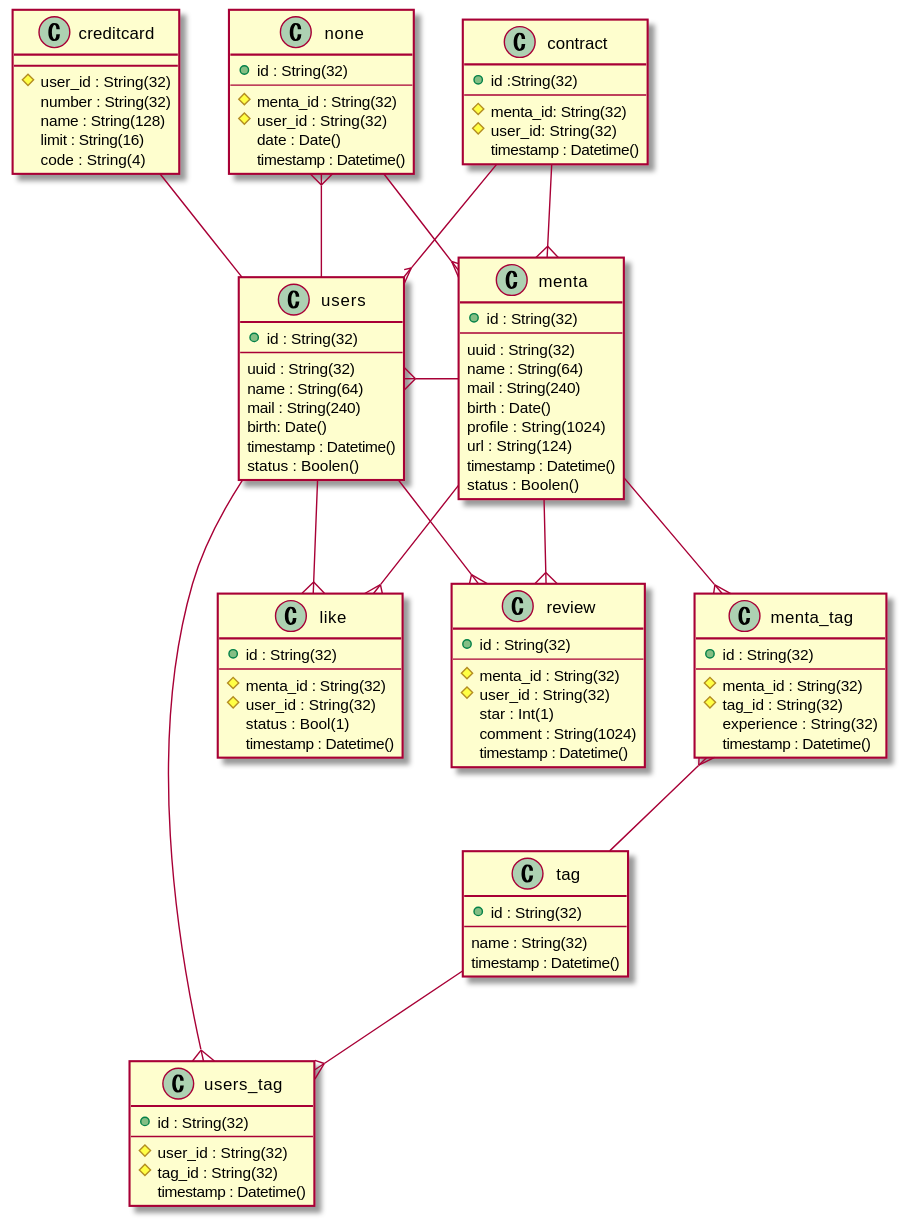
The PlantUML diagram out/er/ER.svg in mitsuYashi/Mynt, before a commit.
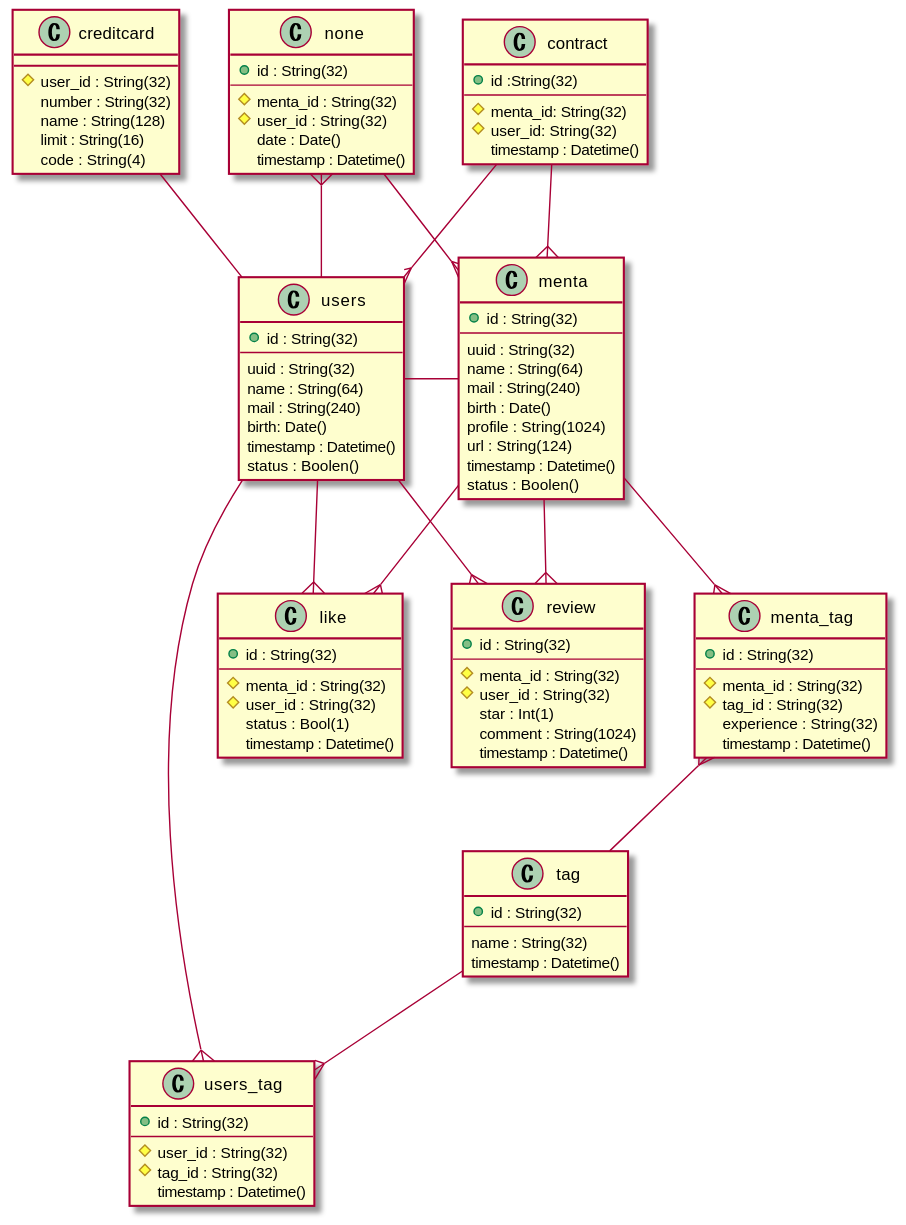
The same file after the commit.

Commit message:
fix:userとmentaの関係を変更

What changed in the source:
```diff
@@ -92,7 +92,7 @@
     code : String(4)
 }
 
-users }- menta
+users - menta
 users -{ like
 menta --{ like
 contract --{ users
```
